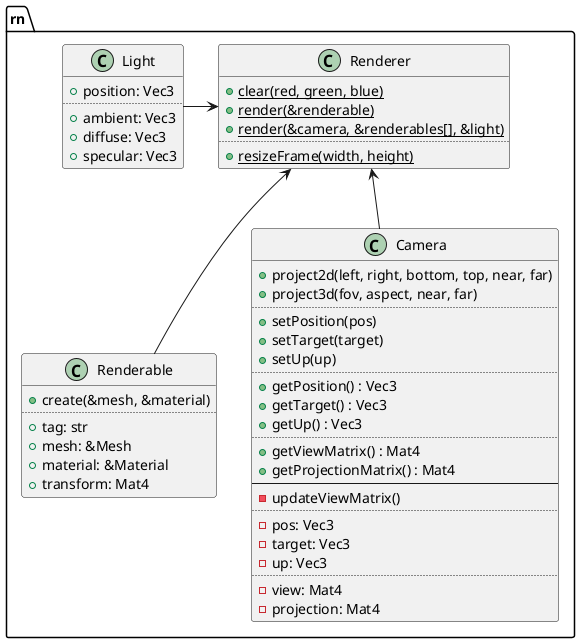
Before: design/ren.png, a diagram exported from PlantUML (ba6er/marblemaze).
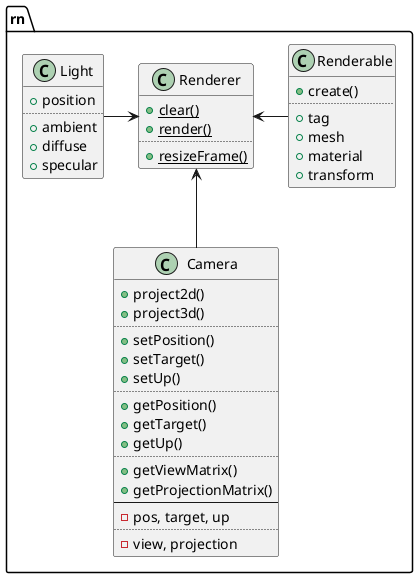
The same diagram one commit later.

What changed in the source:
```diff
@@ -2,59 +2,53 @@
 set separator ::
 
 class rn::Renderable {
-	+create(&mesh, &material)
+	+create()
 	..
-	+tag: str
-	+mesh: &Mesh
-	+material: &Material
-	+transform: Mat4
+	+tag
+	+mesh
+	+material
+	+transform
 }
 
 class rn::Camera {
-	+project2d(left, right, bottom, top, near, far)
-	+project3d(fov, aspect, near, far)
+	+project2d()
+	+project3d()
 	..
-	+setPosition(pos)
-	+setTarget(target)
-	+setUp(up)
+	+setPosition()
+	+setTarget()
+	+setUp()
 	..
-	+getPosition() : Vec3
-	+getTarget() : Vec3
-	+getUp() : Vec3
+	+getPosition()
+	+getTarget()
+	+getUp()
 	..
-	+getViewMatrix() : Mat4
-	+getProjectionMatrix() : Mat4
+	+getViewMatrix()
+	+getProjectionMatrix()
 	--
-	-updateViewMatrix()
+	-pos, target, up
 	..
-	-pos: Vec3
-	-target: Vec3
-	-up: Vec3
-	..
-	-view: Mat4
-	-projection: Mat4
+	-view, projection
 }
 
 class rn::Light {
-	+position: Vec3
+	+position
 	..
-	+ambient: Vec3
-	+diffuse: Vec3
-	+specular: Vec3
+	+ambient
+	+diffuse
+	+specular
 }
 hide Light methods
 
 class rn::Renderer {
-	{static} +clear(red, green, blue)
-	{static} +render(&renderable)
-	{static} +render(&camera, &renderables[], &light)
+	{static} +clear()
+	{static} +render()
 	..
-	{static} +resizeFrame(width, height)
+	{static} +resizeFrame()
 }
 hide Renderer fields
 
-Renderer <-- Camera
-Renderer <-- Renderable
+Renderer <-down- Camera
+Renderer <-right- Renderable
 Renderer <-left- Light
 
 @enduml
```
